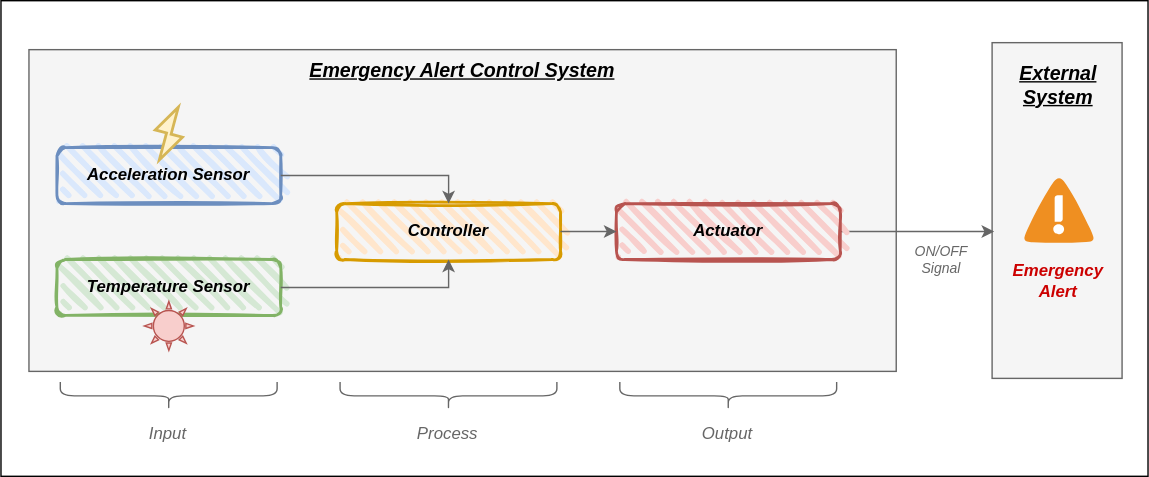
Above: image/system-overview.drawio.svg in yutaro-ito/sample-sysml-v2-project (draw.io), before the change. Source tidied: cells renumbered, new cells last; positions are measured from the earlier drawing's top-left corner, leaving out a move shared by most shapes.
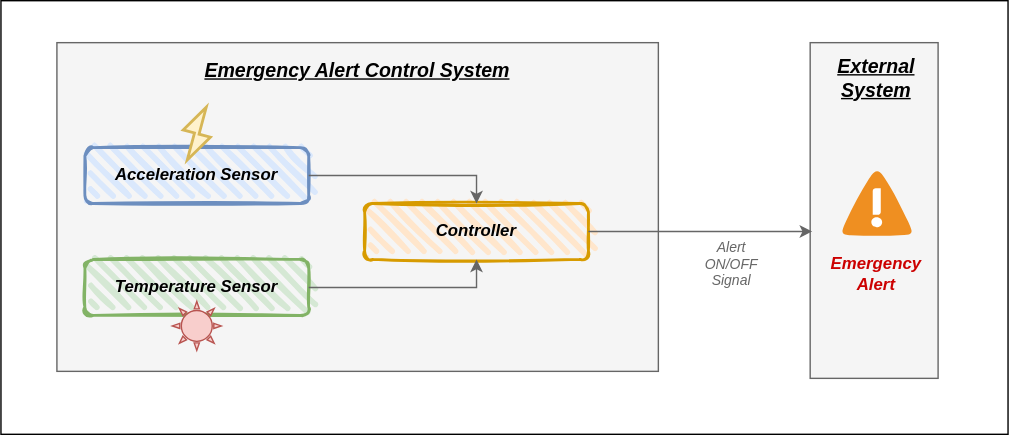
After the change.

What changed in the source:
```diff
@@ -3,90 +3,62 @@
     <mxCell id="0" />
     <mxCell id="1" parent="0" />
     <mxCell id="2" style="rounded=0;whiteSpace=wrap;html=1;fontSize=14;" parent="1" vertex="1">
-      <mxGeometry width="820" height="340" as="geometry" />
+      <mxGeometry x="40" width="720" height="310" as="geometry" />
     </mxCell>
     <mxCell id="3" style="rounded=0;whiteSpace=wrap;html=1;fontSize=14;strokeColor=#666666;fillColor=#f5f5f5;fontColor=#333333;" parent="1" vertex="1">
-      <mxGeometry x="708.5" y="30" width="92.9" height="240" as="geometry" />
+      <mxGeometry x="618.5" y="30" width="91.5" height="240" as="geometry" />
     </mxCell>
     <mxCell id="4" style="rounded=0;whiteSpace=wrap;html=1;fontSize=14;strokeColor=#666666;fillColor=#f5f5f5;fontColor=#333333;" parent="1" vertex="1">
-      <mxGeometry x="20" y="35" width="620" height="230" as="geometry" />
+      <mxGeometry x="80" y="30" width="430" height="235" as="geometry" />
     </mxCell>
     <mxCell id="5" value="Acceleration Sensor" style="rounded=1;whiteSpace=wrap;html=1;strokeWidth=2;fillWeight=4;hachureGap=8;hachureAngle=45;fillColor=#dae8fc;sketch=1;fontStyle=3;strokeColor=#6c8ebf;" parent="1" vertex="1">
-      <mxGeometry x="40" y="105" width="160" height="40" as="geometry" />
+      <mxGeometry x="100" y="105" width="160" height="40" as="geometry" />
     </mxCell>
     <mxCell id="6" value="Temperature Sensor" style="rounded=1;whiteSpace=wrap;html=1;strokeWidth=2;fillWeight=4;hachureGap=8;hachureAngle=45;fillColor=#d5e8d4;sketch=1;fontStyle=3;strokeColor=#82b366;" parent="1" vertex="1">
-      <mxGeometry x="40" y="185" width="160" height="40" as="geometry" />
+      <mxGeometry x="100" y="185" width="160" height="40" as="geometry" />
     </mxCell>
     <mxCell id="7" value="Controller" style="rounded=1;whiteSpace=wrap;html=1;strokeWidth=2;fillWeight=4;hachureGap=8;hachureAngle=45;fillColor=#ffe6cc;sketch=1;fontStyle=3;strokeColor=#d79b00;" parent="1" vertex="1">
-      <mxGeometry x="240" y="145" width="160" height="40" as="geometry" />
+      <mxGeometry x="300" y="145" width="160" height="40" as="geometry" />
     </mxCell>
-    <mxCell id="8" style="rounded=0;jettySize=auto;html=1;fontColor=#FF0000;strokeColor=#666666;elbow=vertical;" parent="1" edge="1" source="9">
+    <mxCell id="8" style="rounded=0;jettySize=auto;html=1;fontColor=#FF0000;strokeColor=#666666;elbow=vertical;exitX=1;exitY=0.5;exitDx=0;exitDy=0;" parent="1" edge="1" source="7">
       <mxGeometry relative="1" as="geometry">
-        <mxPoint x="710" y="165" as="targetPoint" />
+        <mxPoint x="620" y="165" as="targetPoint" />
       </mxGeometry>
     </mxCell>
-    <mxCell id="9" value="Actuator" style="rounded=1;whiteSpace=wrap;html=1;strokeWidth=2;fillWeight=4;hachureGap=8;hachureAngle=45;fillColor=#f8cecc;sketch=1;fontStyle=3;strokeColor=#b85450;" parent="1" vertex="1">
-      <mxGeometry x="440" y="145" width="160" height="40" as="geometry" />
-    </mxCell>
     <mxCell id="10" style="edgeStyle=elbowEdgeStyle;elbow=horizontal;endArrow=classic;html=1;rounded=0;fontColor=#FF0000;exitX=1;exitY=0.5;exitDx=0;exitDy=0;entryX=0.5;entryY=0;entryDx=0;entryDy=0;strokeColor=#666666;" parent="1" edge="1" source="5" target="7">
       <mxGeometry relative="1" as="geometry">
         <Array as="points">
-          <mxPoint x="320" y="125" />
+          <mxPoint x="380" y="125" />
         </Array>
       </mxGeometry>
     </mxCell>
     <mxCell id="11" style="edgeStyle=elbowEdgeStyle;elbow=horizontal;endArrow=classic;html=1;rounded=0;fontColor=#FF0000;exitX=1;exitY=0.5;exitDx=0;exitDy=0;entryX=0.5;entryY=1;entryDx=0;entryDy=0;strokeColor=#666666;" parent="1" edge="1" source="6" target="7">
       <mxGeometry relative="1" as="geometry">
         <Array as="points">
-          <mxPoint x="320" y="205" />
+          <mxPoint x="380" y="205" />
         </Array>
       </mxGeometry>
     </mxCell>
-    <mxCell id="12" style="edgeStyle=elbowEdgeStyle;elbow=horizontal;endArrow=classic;html=1;rounded=0;fontColor=#FF0000;exitX=1;exitY=0.5;exitDx=0;exitDy=0;entryX=0;entryY=0.5;entryDx=0;entryDy=0;strokeColor=#666666;" parent="1" edge="1" source="7" target="9">
-      <mxGeometry relative="1" as="geometry">
-        <Array as="points">
-          <mxPoint x="420" y="155" />
-        </Array>
-      </mxGeometry>
-    </mxCell>
     <mxCell id="13" value="&lt;font style=&quot;font-size: 12px;&quot;&gt;Emergency Alert&lt;/font&gt;" style="text;html=1;strokeColor=none;fillColor=none;align=center;verticalAlign=middle;whiteSpace=wrap;rounded=0;fontColor=#CC0000;fontStyle=3;fontSize=12;" parent="1" vertex="1">
-      <mxGeometry x="711.5" y="185" width="90" height="30" as="geometry" />
+      <mxGeometry x="621.5" y="180" width="90" height="30" as="geometry" />
     </mxCell>
     <mxCell id="14" value="Emergency Alert Control System" style="text;html=1;strokeColor=none;fillColor=none;align=center;verticalAlign=middle;whiteSpace=wrap;rounded=0;fontColor=#000000;fontStyle=7;fontSize=14;" parent="1" vertex="1">
-      <mxGeometry x="205" y="35" width="250" height="30" as="geometry" />
+      <mxGeometry x="170" y="35" width="250" height="30" as="geometry" />
     </mxCell>
     <mxCell id="15" style="shadow=0;dashed=0;html=1;strokeColor=none;fillColor=#4495D1;labelPosition=center;verticalLabelPosition=bottom;verticalAlign=top;align=center;shape=mxgraph.veeam.2d.alert;fontSize=14;fontColor=#000000;" parent="1" vertex="1">
-      <mxGeometry x="731.5" y="126.7" width="50" height="46.6" as="geometry" />
+      <mxGeometry x="641.5" y="121.7" width="50" height="46.6" as="geometry" />
     </mxCell>
     <mxCell id="16" style="html=1;verticalLabelPosition=bottom;align=center;labelBackgroundColor=#ffffff;verticalAlign=top;strokeWidth=2;strokeColor=#d6b656;shadow=0;dashed=0;shape=mxgraph.ios7.icons.flash;rotation=15;fillColor=#fff2cc;" parent="1" vertex="1">
-      <mxGeometry x="109.9" y="75" width="20.2" height="40" as="geometry" />
+      <mxGeometry x="169.9" y="75" width="20.2" height="40" as="geometry" />
     </mxCell>
     <mxCell id="17" style="verticalLabelPosition=bottom;verticalAlign=top;html=1;shape=mxgraph.basic.sun;fillColor=#f8cecc;strokeColor=#b85450;" parent="1" vertex="1">
-      <mxGeometry x="102.5" y="215" width="35" height="35" as="geometry" />
+      <mxGeometry x="162.5" y="215" width="35" height="35" as="geometry" />
     </mxCell>
-    <mxCell id="18" style="shape=curlyBracket;whiteSpace=wrap;html=1;rounded=1;flipH=1;rotation=90;strokeColor=#666666;" parent="1" vertex="1">
-      <mxGeometry x="109.9" y="205" width="20" height="155" as="geometry" />
-    </mxCell>
-    <mxCell id="19" style="shape=curlyBracket;whiteSpace=wrap;html=1;rounded=1;flipH=1;rotation=90;strokeColor=#666666;" parent="1" vertex="1">
-      <mxGeometry x="309.9" y="205" width="20" height="155" as="geometry" />
-    </mxCell>
-    <mxCell id="20" style="shape=curlyBracket;whiteSpace=wrap;html=1;rounded=1;flipH=1;rotation=90;strokeColor=#666666;" parent="1" vertex="1">
-      <mxGeometry x="509.9" y="205" width="20" height="155" as="geometry" />
-    </mxCell>
-    <mxCell id="21" value="Input" style="text;html=1;strokeColor=none;fillColor=none;align=center;verticalAlign=middle;whiteSpace=wrap;rounded=0;fontColor=#666666;fontStyle=2;fontSize=12;" parent="1" vertex="1">
-      <mxGeometry x="87.4" y="295" width="65" height="30" as="geometry" />
-    </mxCell>
-    <mxCell id="22" value="Process" style="text;html=1;strokeColor=none;fillColor=none;align=center;verticalAlign=middle;whiteSpace=wrap;rounded=0;fontColor=#666666;fontStyle=2;fontSize=12;" parent="1" vertex="1">
-      <mxGeometry x="287.4" y="295" width="65" height="30" as="geometry" />
-    </mxCell>
-    <mxCell id="23" value="Output" style="text;html=1;strokeColor=none;fillColor=none;align=center;verticalAlign=middle;whiteSpace=wrap;rounded=0;fontColor=#666666;fontStyle=2;fontSize=12;" parent="1" vertex="1">
-      <mxGeometry x="487.4" y="295" width="65" height="30" as="geometry" />
-    </mxCell>
     <mxCell id="24" value="External&lt;br&gt;System" style="text;html=1;strokeColor=none;fillColor=none;align=center;verticalAlign=middle;whiteSpace=wrap;rounded=0;fontColor=#000000;fontStyle=7;fontSize=14;" parent="1" vertex="1">
-      <mxGeometry x="721.5" y="45" width="70" height="30" as="geometry" />
+      <mxGeometry x="631.5" y="40" width="70" height="30" as="geometry" />
     </mxCell>
-    <mxCell id="25" value="ON/OFF&lt;br style=&quot;font-size: 10px;&quot;&gt;Signal" style="text;html=1;strokeColor=none;fillColor=none;align=center;verticalAlign=middle;whiteSpace=wrap;rounded=0;fontColor=#666666;fontStyle=2;fontSize=10;" parent="1" vertex="1">
-      <mxGeometry x="640" y="170" width="65" height="30" as="geometry" />
+    <mxCell id="25" value="Alert&lt;br&gt;ON/OFF&lt;br style=&quot;font-size: 10px;&quot;&gt;Signal" style="text;html=1;strokeColor=none;fillColor=none;align=center;verticalAlign=middle;whiteSpace=wrap;rounded=0;fontColor=#666666;fontStyle=2;fontSize=10;" parent="1" vertex="1">
+      <mxGeometry x="530" y="168.3" width="65" height="40" as="geometry" />
     </mxCell>
   </root>
 </mxGraphModel>
```
